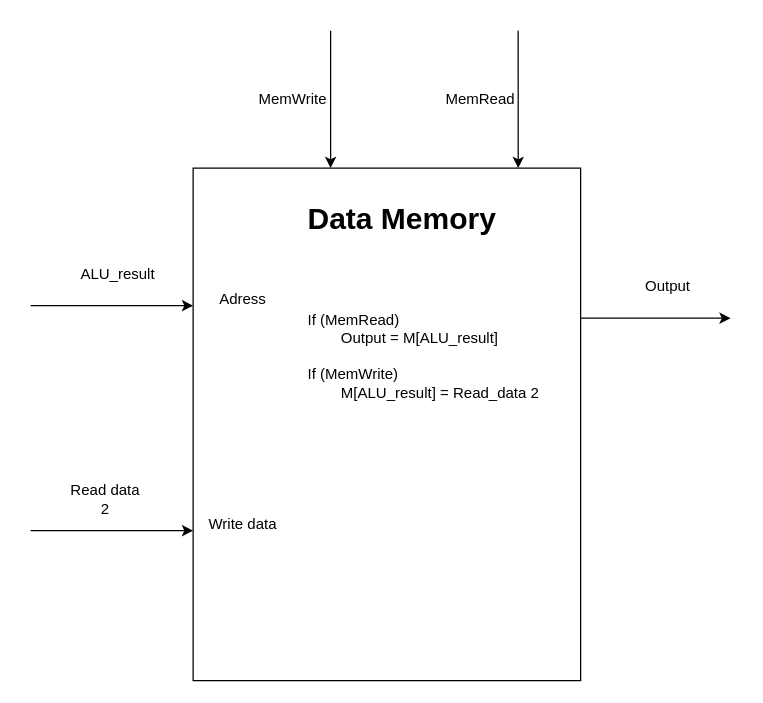
limichael246/STARS_2024 keeps this draw.io diagram as Data_memory.drawio. Above is the earlier version. Source tidied: cells renumbered, new cells numbered last; positions are measured from the earlier drawing's top-left corner, leaving out a move shared by most shapes. Both pictures are drawn from the tidied source at 125%, with x=0, y=0 at pixel (30, 30).
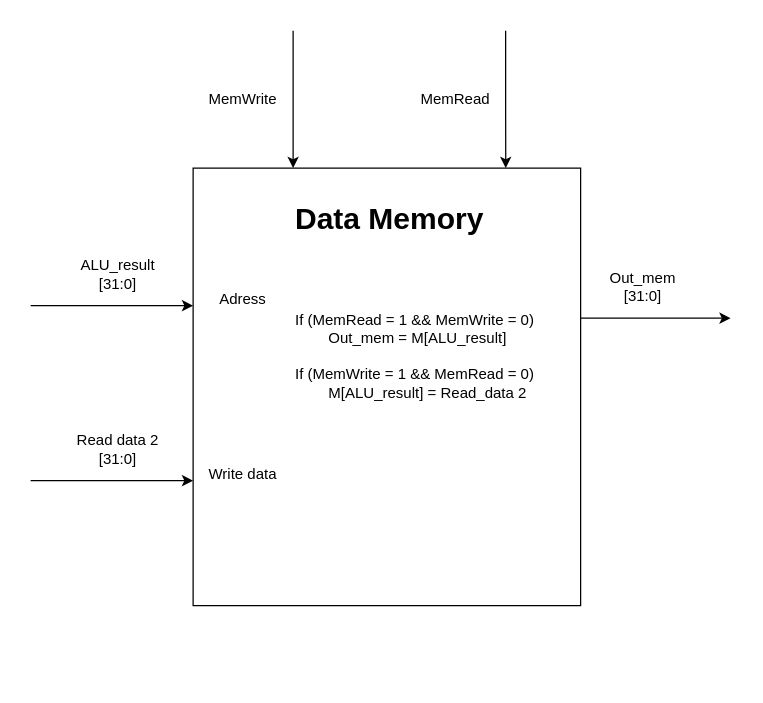
Above is the later version.

Diff of the diagram source:
```diff
@@
     <mxCell id="2" style="rounded=0;whiteSpace=wrap;html=1;" parent="1" vertex="1">
-      <mxGeometry x="130" y="110" width="310" height="410" as="geometry" />
+      <mxGeometry x="130" y="110" width="310" height="350" as="geometry" />
     </mxCell>
     <mxCell id="3" style="endArrow=classic;html=1;rounded=0;entryX=-0.006;entryY=0.804;entryDx=0;entryDy=0;entryPerimeter=0;" parent="1" edge="1">
       <mxGeometry relative="1" as="geometry">
-        <mxPoint y="400" as="sourcePoint" />
-        <mxPoint x="130" y="400" as="targetPoint" />
+        <mxPoint y="360" as="sourcePoint" />
+        <mxPoint x="130" y="360" as="targetPoint" />
       </mxGeometry>
     </mxCell>
-    <mxCell id="4" value="Read data 2" style="text;html=1;align=center;verticalAlign=middle;whiteSpace=wrap;rounded=0;" parent="1" vertex="1">
-      <mxGeometry x="30" y="360" width="60" height="30" as="geometry" />
+    <mxCell id="4" value="Read data 2 [31:0]" style="text;html=1;align=center;verticalAlign=middle;whiteSpace=wrap;rounded=0;" parent="1" vertex="1">
+      <mxGeometry x="30" y="320" width="80" height="30" as="geometry" />
     </mxCell>
@@
-    <mxCell id="6" value="ALU_result" style="text;html=1;align=center;verticalAlign=middle;whiteSpace=wrap;rounded=0;" parent="1" vertex="1">
+    <mxCell id="6" value="ALU_result [31:0]" style="text;html=1;align=center;verticalAlign=middle;whiteSpace=wrap;rounded=0;" parent="1" vertex="1">
       <mxGeometry x="30" y="180" width="80" height="30" as="geometry" />
     </mxCell>
     <mxCell id="7" value="Write data" style="text;html=1;align=center;verticalAlign=middle;whiteSpace=wrap;rounded=0;" parent="1" vertex="1">
-      <mxGeometry x="140" y="380" width="60" height="30" as="geometry" />
+      <mxGeometry x="140" y="340" width="60" height="30" as="geometry" />
     </mxCell>
@@
     <mxCell id="9" style="endArrow=classic;html=1;rounded=0;entryX=0.342;entryY=-0.002;entryDx=0;entryDy=0;entryPerimeter=0;" parent="1" edge="1">
       <mxGeometry relative="1" as="geometry">
-        <mxPoint x="240" as="sourcePoint" />
-        <mxPoint x="240" y="110" as="targetPoint" />
+        <mxPoint x="210" as="sourcePoint" />
+        <mxPoint x="210" y="110" as="targetPoint" />
       </mxGeometry>
     </mxCell>
     <mxCell id="10" value="MemWrite" style="text;html=1;align=center;verticalAlign=middle;whiteSpace=wrap;rounded=0;" parent="1" vertex="1">
-      <mxGeometry x="180" y="40" width="60" height="30" as="geometry" />
+      <mxGeometry x="140" y="40" width="60" height="30" as="geometry" />
     </mxCell>
-    <mxCell id="11" style="endArrow=classic;html=1;rounded=0;entryX=0.839;entryY=0;entryDx=0;entryDy=0;entryPerimeter=0;" parent="1" edge="1" target="2">
+    <mxCell id="11" style="endArrow=classic;html=1;rounded=0;entryX=0.839;entryY=0;entryDx=0;entryDy=0;entryPerimeter=0;" parent="1" edge="1">
       <mxGeometry relative="1" as="geometry">
-        <mxPoint x="390" as="sourcePoint" />
+        <mxPoint x="380" as="sourcePoint" />
+        <mxPoint x="380.1" y="110" as="targetPoint" />
+        <Array as="points">
+          <mxPoint x="380" y="60" />
+        </Array>
       </mxGeometry>
     </mxCell>
     <mxCell id="12" value="MemRead" style="text;html=1;align=center;verticalAlign=middle;whiteSpace=wrap;rounded=0;" parent="1" vertex="1">
-      <mxGeometry x="330" y="40" width="60" height="30" as="geometry" />
+      <mxGeometry x="310" y="40" width="60" height="30" as="geometry" />
     </mxCell>
@@
-    <mxCell id="14" value="&lt;h1 style=&quot;margin-top: 0px;&quot;&gt;Data Memory&lt;/h1&gt;&lt;div&gt;&lt;br&gt;&lt;/div&gt;&lt;div&gt;&lt;br&gt;&lt;/div&gt;&lt;div&gt;&lt;br&gt;&lt;/div&gt;&lt;div&gt;If (MemRead)&amp;nbsp;&lt;/div&gt;&lt;div&gt;&lt;span style=&quot;white-space: pre;&quot;&gt;&#9;&lt;/span&gt;Output = M[ALU_result]&lt;br&gt;&lt;/div&gt;&lt;div&gt;&lt;br&gt;&lt;/div&gt;&lt;div&gt;If (MemWrite)&lt;/div&gt;&lt;div&gt;&lt;span style=&quot;white-space: pre;&quot;&gt;&#9;&lt;/span&gt;M[ALU_result] = Read_data 2&lt;br&gt;&lt;/div&gt;" style="text;html=1;whiteSpace=wrap;overflow=hidden;rounded=0;" parent="1" vertex="1">
-      <mxGeometry x="220" y="130" width="190" height="290" as="geometry" />
+    <mxCell id="14" value="&lt;h1 style=&quot;margin-top: 0px;&quot;&gt;Data Memory&lt;/h1&gt;&lt;div&gt;&lt;br&gt;&lt;/div&gt;&lt;div&gt;&lt;br&gt;&lt;/div&gt;&lt;div&gt;&lt;br&gt;&lt;/div&gt;&lt;div&gt;If (MemRead = 1 &amp;amp;&amp;amp; MemWrite = 0)&amp;nbsp;&lt;/div&gt;&lt;div&gt;&lt;span style=&quot;white-space: pre;&quot;&gt;&#9;&lt;/span&gt;Out_mem = M[ALU_result]&lt;br&gt;&lt;/div&gt;&lt;div&gt;&lt;br&gt;&lt;/div&gt;&lt;div&gt;If (MemWrite = 1 &amp;amp;&amp;amp; MemRead = 0)&lt;/div&gt;&lt;div&gt;&lt;span style=&quot;white-space: pre;&quot;&gt;&#9;&lt;/span&gt;M[ALU_result] = Read_data 2&lt;br&gt;&lt;/div&gt;" style="text;html=1;whiteSpace=wrap;overflow=hidden;rounded=0;" parent="1" vertex="1">
+      <mxGeometry x="210" y="130" width="200" height="290" as="geometry" />
     </mxCell>
-    <mxCell id="15" value="Output" style="text;html=1;align=center;verticalAlign=middle;whiteSpace=wrap;rounded=0;" parent="1" vertex="1">
-      <mxGeometry x="480" y="190" width="60" height="30" as="geometry" />
+    <mxCell id="15" value="Out_mem [31:0]" style="text;html=1;align=center;verticalAlign=middle;whiteSpace=wrap;rounded=0;" parent="1" vertex="1">
+      <mxGeometry x="460" y="190" width="60" height="30" as="geometry" />
     </mxCell>
```
